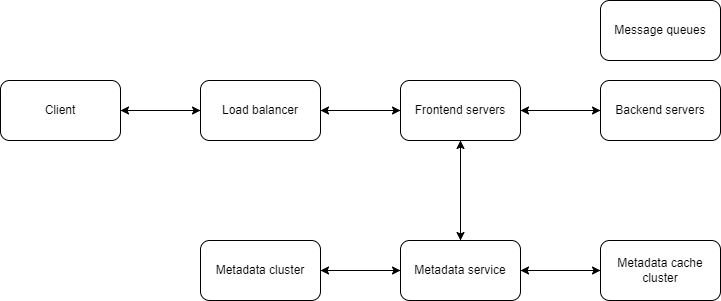
Above: img/system-design/distributed-message-queue1.png in riehseun/riehseun.github.io (draw.io), before the change. Source tidied: cells renumbered, new cells last; positions are measured from the earlier drawing's top-left corner, leaving out a move shared by most shapes. Source of this version:
```xml
<mxGraphModel>
  <root>
    <mxCell id="0" />
    <mxCell id="1" parent="0" />
    <mxCell id="2" style="edgeStyle=orthogonalEdgeStyle;rounded=0;jettySize=auto;html=1;exitX=1;exitY=0.5;exitDx=0;exitDy=0;entryX=0;entryY=0.5;entryDx=0;entryDy=0;" parent="1" edge="1" source="3" target="6">
      <mxGeometry relative="1" as="geometry" />
    </mxCell>
    <mxCell id="3" value="Client" style="rounded=1;whiteSpace=wrap;html=1;" parent="1" vertex="1">
      <mxGeometry y="80" width="120" height="60" as="geometry" />
    </mxCell>
    <mxCell id="4" style="edgeStyle=orthogonalEdgeStyle;rounded=0;jettySize=auto;html=1;exitX=1;exitY=0.5;exitDx=0;exitDy=0;entryX=0;entryY=0.5;entryDx=0;entryDy=0;" parent="1" edge="1" source="6" target="10">
      <mxGeometry relative="1" as="geometry" />
    </mxCell>
    <mxCell id="5" style="edgeStyle=orthogonalEdgeStyle;rounded=0;jettySize=auto;html=1;exitX=0;exitY=0.5;exitDx=0;exitDy=0;entryX=1;entryY=0.5;entryDx=0;entryDy=0;" parent="1" edge="1" source="6" target="3">
      <mxGeometry relative="1" as="geometry" />
    </mxCell>
    <mxCell id="6" value="Load balancer" style="rounded=1;whiteSpace=wrap;html=1;" parent="1" vertex="1">
      <mxGeometry x="200" y="80" width="120" height="60" as="geometry" />
    </mxCell>
    <mxCell id="7" style="edgeStyle=orthogonalEdgeStyle;rounded=0;jettySize=auto;html=1;exitX=1;exitY=0.5;exitDx=0;exitDy=0;entryX=0;entryY=0.5;entryDx=0;entryDy=0;" parent="1" edge="1" source="10" target="12">
      <mxGeometry relative="1" as="geometry" />
    </mxCell>
    <mxCell id="8" style="edgeStyle=orthogonalEdgeStyle;rounded=0;jettySize=auto;html=1;exitX=0.5;exitY=1;exitDx=0;exitDy=0;entryX=0.5;entryY=0;entryDx=0;entryDy=0;" parent="1" edge="1" source="10" target="16">
      <mxGeometry relative="1" as="geometry" />
    </mxCell>
    <mxCell id="9" style="edgeStyle=orthogonalEdgeStyle;rounded=0;jettySize=auto;html=1;exitX=0;exitY=0.5;exitDx=0;exitDy=0;entryX=1;entryY=0.5;entryDx=0;entryDy=0;" parent="1" edge="1" source="10" target="6">
      <mxGeometry relative="1" as="geometry" />
    </mxCell>
    <mxCell id="10" value="Frontend servers" style="rounded=1;whiteSpace=wrap;html=1;" parent="1" vertex="1">
      <mxGeometry x="400" y="80" width="120" height="60" as="geometry" />
    </mxCell>
    <mxCell id="11" style="edgeStyle=orthogonalEdgeStyle;rounded=0;jettySize=auto;html=1;exitX=0;exitY=0.5;exitDx=0;exitDy=0;entryX=1;entryY=0.5;entryDx=0;entryDy=0;" parent="1" edge="1" source="12" target="10">
      <mxGeometry relative="1" as="geometry" />
    </mxCell>
    <mxCell id="12" value="Backend servers" style="rounded=1;whiteSpace=wrap;html=1;" parent="1" vertex="1">
      <mxGeometry x="600" y="80" width="120" height="60" as="geometry" />
    </mxCell>
    <mxCell id="13" style="edgeStyle=orthogonalEdgeStyle;rounded=0;jettySize=auto;html=1;exitX=1;exitY=0.5;exitDx=0;exitDy=0;" parent="1" edge="1" source="16" target="20">
      <mxGeometry relative="1" as="geometry" />
    </mxCell>
    <mxCell id="14" style="edgeStyle=orthogonalEdgeStyle;rounded=0;jettySize=auto;html=1;exitX=0;exitY=0.5;exitDx=0;exitDy=0;entryX=1;entryY=0.5;entryDx=0;entryDy=0;" parent="1" edge="1" source="16" target="18">
      <mxGeometry relative="1" as="geometry" />
    </mxCell>
    <mxCell id="15" style="edgeStyle=orthogonalEdgeStyle;rounded=0;jettySize=auto;html=1;exitX=0.5;exitY=0;exitDx=0;exitDy=0;entryX=0.5;entryY=1;entryDx=0;entryDy=0;" parent="1" edge="1" source="16" target="10">
      <mxGeometry relative="1" as="geometry" />
    </mxCell>
    <mxCell id="16" value="Metadata service" style="rounded=1;whiteSpace=wrap;html=1;" parent="1" vertex="1">
      <mxGeometry x="400" y="240" width="120" height="60" as="geometry" />
    </mxCell>
    <mxCell id="17" style="edgeStyle=orthogonalEdgeStyle;rounded=0;jettySize=auto;html=1;exitX=1;exitY=0.5;exitDx=0;exitDy=0;entryX=0;entryY=0.5;entryDx=0;entryDy=0;" parent="1" edge="1" source="18" target="16">
      <mxGeometry relative="1" as="geometry" />
    </mxCell>
    <mxCell id="18" value="Metadata cluster" style="rounded=1;whiteSpace=wrap;html=1;" parent="1" vertex="1">
      <mxGeometry x="200" y="240" width="120" height="60" as="geometry" />
    </mxCell>
    <mxCell id="19" style="edgeStyle=orthogonalEdgeStyle;rounded=0;jettySize=auto;html=1;exitX=0;exitY=0.5;exitDx=0;exitDy=0;" parent="1" edge="1" source="20" target="16">
      <mxGeometry relative="1" as="geometry" />
    </mxCell>
    <mxCell id="20" value="Metadata cache cluster" style="rounded=1;whiteSpace=wrap;html=1;" parent="1" vertex="1">
      <mxGeometry x="600" y="240" width="120" height="60" as="geometry" />
    </mxCell>
    <mxCell id="21" value="Message queues" style="rounded=1;whiteSpace=wrap;html=1;" parent="1" vertex="1">
      <mxGeometry x="600" width="120" height="60" as="geometry" />
    </mxCell>
  </root>
</mxGraphModel>
```
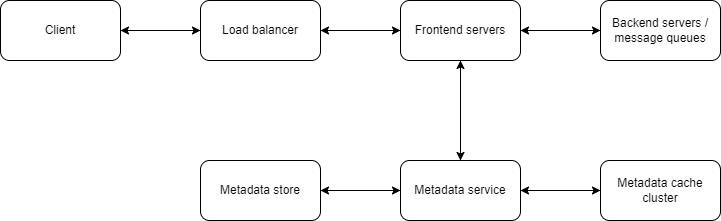
The same diagram one commit later.

The edit, as a diff of the source:
```diff
@@ -32,7 +32,7 @@
     <mxCell id="11" style="edgeStyle=orthogonalEdgeStyle;rounded=0;jettySize=auto;html=1;exitX=0;exitY=0.5;exitDx=0;exitDy=0;entryX=1;entryY=0.5;entryDx=0;entryDy=0;" parent="1" edge="1" source="12" target="10">
       <mxGeometry relative="1" as="geometry" />
     </mxCell>
-    <mxCell id="12" value="Backend servers" style="rounded=1;whiteSpace=wrap;html=1;" parent="1" vertex="1">
+    <mxCell id="12" value="Backend servers / message queues" style="rounded=1;whiteSpace=wrap;html=1;" parent="1" vertex="1">
       <mxGeometry x="600" y="80" width="120" height="60" as="geometry" />
     </mxCell>
     <mxCell id="13" style="edgeStyle=orthogonalEdgeStyle;rounded=0;jettySize=auto;html=1;exitX=1;exitY=0.5;exitDx=0;exitDy=0;" parent="1" edge="1" source="16" target="20">
@@ -50,7 +50,7 @@
     <mxCell id="17" style="edgeStyle=orthogonalEdgeStyle;rounded=0;jettySize=auto;html=1;exitX=1;exitY=0.5;exitDx=0;exitDy=0;entryX=0;entryY=0.5;entryDx=0;entryDy=0;" parent="1" edge="1" source="18" target="16">
       <mxGeometry relative="1" as="geometry" />
     </mxCell>
-    <mxCell id="18" value="Metadata cluster" style="rounded=1;whiteSpace=wrap;html=1;" parent="1" vertex="1">
+    <mxCell id="18" value="Metadata store" style="rounded=1;whiteSpace=wrap;html=1;" parent="1" vertex="1">
       <mxGeometry x="200" y="240" width="120" height="60" as="geometry" />
     </mxCell>
     <mxCell id="19" style="edgeStyle=orthogonalEdgeStyle;rounded=0;jettySize=auto;html=1;exitX=0;exitY=0.5;exitDx=0;exitDy=0;" parent="1" edge="1" source="20" target="16">
@@ -59,8 +59,5 @@
     <mxCell id="20" value="Metadata cache cluster" style="rounded=1;whiteSpace=wrap;html=1;" parent="1" vertex="1">
       <mxGeometry x="600" y="240" width="120" height="60" as="geometry" />
     </mxCell>
-    <mxCell id="21" value="Message queues" style="rounded=1;whiteSpace=wrap;html=1;" parent="1" vertex="1">
-      <mxGeometry x="600" width="120" height="60" as="geometry" />
-    </mxCell>
   </root>
 </mxGraphModel>
```
